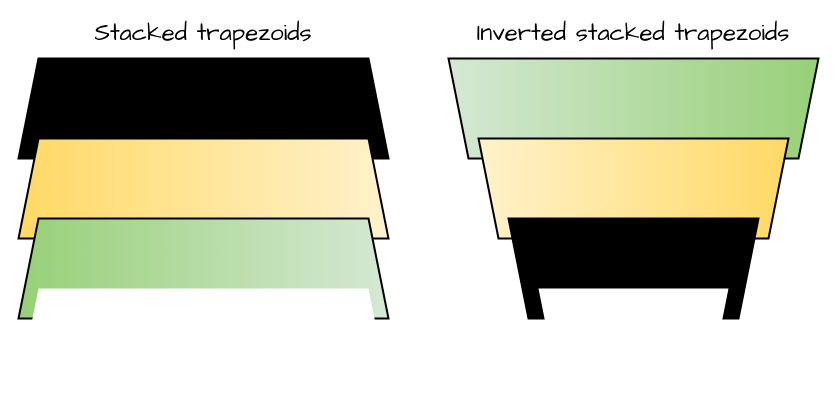
Above: docs/architecture/stackable-trapezoid-demo.drawio in terracoil/modgud (draw.io), before the change. Source tidied: cells renumbered, new cells numbered last; positions are measured from the earlier drawing's top-left corner, leaving out a move shared by most shapes. Both pictures are drawn from the tidied source at 100%, with x=0, y=0 at pixel (18, 18).
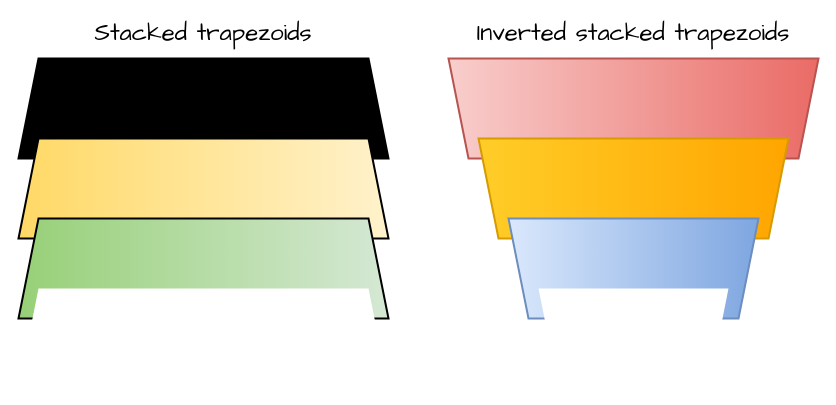
Above is the later version.

Diff of the diagram source:
```diff
@@
 <mxGraphModel>
   <root>
     <mxCell id="0" />
     <mxCell id="1" parent="0" />
     <mxCell id="2" style="shape=trapezoid;perimeter=trapezoidPerimeter;whiteSpace=wrap;html=1;fixedSize=1;rounded=0;shadow=0;glass=0;dashed=0;comic=0;sketchStyle=comic;strokeColor=default;strokeWidth=2;align=left;verticalAlign=top;spacingLeft=4;spacingRight=0;spacingTop=0;spacingBottom=0;spacing=0;arcSize=0;absoluteArcSize=0;shadowOffsetX=7;shadowOffsetY=7;shadowBlur=4;fontFamily=Architects Daughter;fontSize=12;fontColor=default;horizontal=1;fillColor=light-dark(#EE5500,#EE5500);gradientColor=#FF0000;gradientDirection=west;" parent="1" vertex="1">
       <mxGeometry y="40" width="370" height="100" as="geometry" />
     </mxCell>
     <mxCell id="3" style="shape=trapezoid;perimeter=trapezoidPerimeter;whiteSpace=wrap;html=1;fixedSize=1;rounded=0;shadow=0;glass=0;dashed=0;comic=0;sketchStyle=comic;strokeWidth=2;align=left;verticalAlign=top;spacingLeft=4;spacingRight=0;spacingTop=0;spacingBottom=0;spacing=0;arcSize=0;absoluteArcSize=0;shadowOffsetX=7;shadowOffsetY=7;shadowBlur=4;fontFamily=Architects Daughter;fontSize=12;horizontal=1;gradientDirection=west;strokeColor=default;fillColor=#fff2cc;gradientColor=#ffd966;" parent="1" vertex="1">
       <mxGeometry y="120" width="370" height="100" as="geometry" />
     </mxCell>
     <mxCell id="4" style="shape=trapezoid;perimeter=trapezoidPerimeter;whiteSpace=wrap;html=1;fixedSize=1;rounded=0;shadow=0;glass=0;dashed=0;comic=0;sketchStyle=comic;strokeWidth=2;align=left;verticalAlign=top;spacingLeft=4;spacingRight=0;spacingTop=0;spacingBottom=0;spacing=0;arcSize=0;absoluteArcSize=0;shadowOffsetX=7;shadowOffsetY=7;shadowBlur=4;fontFamily=Architects Daughter;fontSize=12;horizontal=1;gradientDirection=west;strokeColor=default;fillColor=#d5e8d4;gradientColor=#97d077;" parent="1" vertex="1">
       <mxGeometry y="200" width="370" height="100" as="geometry" />
     </mxCell>
     <mxCell id="5" style="shape=trapezoid;perimeter=trapezoidPerimeter;whiteSpace=wrap;html=1;fixedSize=1;rounded=0;shadow=0;glass=0;dashed=0;comic=0;sketchStyle=comic;strokeWidth=2;align=left;verticalAlign=top;spacingLeft=4;spacingRight=0;spacingTop=0;spacingBottom=0;spacing=0;arcSize=0;absoluteArcSize=0;shadowOffsetX=7;shadowOffsetY=7;shadowBlur=4;fontFamily=Architects Daughter;fontSize=12;horizontal=1;gradientDirection=west;strokeColor=none;" parent="1" vertex="1">
       <mxGeometry y="270" width="370" height="100" as="geometry" />
     </mxCell>
-    <mxCell id="6" style="shape=trapezoid;perimeter=trapezoidPerimeter;whiteSpace=wrap;html=1;fixedSize=1;rounded=1;shadow=0;glass=0;dashed=0;comic=0;sketchStyle=comic;strokeWidth=2;align=left;verticalAlign=top;spacingLeft=4;spacingRight=0;spacingTop=0;spacingBottom=0;spacing=0;arcSize=0;absoluteArcSize=0;shadowOffsetX=7;shadowOffsetY=7;shadowBlur=4;fontFamily=Architects Daughter;fontSize=12;horizontal=1;gradientDirection=west;strokeColor=default;fillColor=#d5e8d4;gradientColor=#97d077;rotation=-180;" parent="1" vertex="1">
+    <mxCell id="6" style="shape=trapezoid;perimeter=trapezoidPerimeter;whiteSpace=wrap;html=1;fixedSize=1;rounded=0;shadow=0;glass=0;dashed=0;comic=0;sketchStyle=comic;strokeWidth=2;align=left;verticalAlign=top;spacingLeft=4;spacingRight=0;spacingTop=0;spacingBottom=0;spacing=0;arcSize=0;absoluteArcSize=0;shadowOffsetX=7;shadowOffsetY=7;shadowBlur=4;fontFamily=Architects Daughter;fontSize=12;horizontal=1;gradientDirection=west;strokeColor=#b85450;fillColor=#f8cecc;gradientColor=#ea6b66;rotation=-180;" parent="1" vertex="1">
       <mxGeometry x="430" y="40" width="370" height="100" as="geometry" />
     </mxCell>
-    <mxCell id="7" style="shape=trapezoid;perimeter=trapezoidPerimeter;whiteSpace=wrap;html=1;fixedSize=1;rounded=1;shadow=0;glass=0;dashed=0;comic=0;sketchStyle=comic;strokeWidth=2;align=left;verticalAlign=top;spacingLeft=4;spacingRight=0;spacingTop=0;spacingBottom=0;spacing=0;arcSize=0;absoluteArcSize=0;shadowOffsetX=7;shadowOffsetY=7;shadowBlur=4;fontFamily=Architects Daughter;fontSize=12;horizontal=1;gradientDirection=west;strokeColor=default;fillColor=#fff2cc;gradientColor=#ffd966;rotation=-180;" parent="1" vertex="1">
+    <mxCell id="7" style="shape=trapezoid;perimeter=trapezoidPerimeter;whiteSpace=wrap;html=1;fixedSize=1;rounded=1;shadow=0;glass=0;dashed=0;comic=0;sketchStyle=comic;strokeWidth=2;align=left;verticalAlign=top;spacingLeft=4;spacingRight=0;spacingTop=0;spacingBottom=0;spacing=0;arcSize=0;absoluteArcSize=0;shadowOffsetX=7;shadowOffsetY=7;shadowBlur=4;fontFamily=Architects Daughter;fontSize=12;horizontal=1;gradientDirection=west;strokeColor=#d79b00;fillColor=#ffcd28;gradientColor=#ffa500;rotation=-180;" parent="1" vertex="1">
       <mxGeometry x="460" y="120" width="310" height="100" as="geometry" />
     </mxCell>
-    <mxCell id="8" style="shape=trapezoid;perimeter=trapezoidPerimeter;whiteSpace=wrap;html=1;fixedSize=1;rounded=1;shadow=0;glass=0;dashed=0;comic=0;sketchStyle=comic;strokeColor=default;strokeWidth=2;align=left;verticalAlign=top;spacingLeft=4;spacingRight=0;spacingTop=0;spacingBottom=0;spacing=0;arcSize=0;absoluteArcSize=0;shadowOffsetX=7;shadowOffsetY=7;shadowBlur=4;fontFamily=Architects Daughter;fontSize=12;fontColor=default;horizontal=1;fillColor=light-dark(#EE5500,#EE5500);gradientColor=#FF0000;gradientDirection=west;rotation=-180;" parent="1" vertex="1">
+    <mxCell id="8" style="shape=trapezoid;perimeter=trapezoidPerimeter;whiteSpace=wrap;html=1;fixedSize=1;rounded=0;shadow=0;glass=0;dashed=0;comic=0;sketchStyle=comic;strokeColor=#6c8ebf;strokeWidth=2;align=left;verticalAlign=top;spacingLeft=4;spacingRight=0;spacingTop=0;spacingBottom=0;spacing=0;arcSize=0;absoluteArcSize=0;shadowOffsetX=7;shadowOffsetY=7;shadowBlur=4;fontFamily=Architects Daughter;fontSize=12;horizontal=1;fillColor=#dae8fc;gradientColor=#7ea6e0;gradientDirection=west;rotation=-180;" parent="1" vertex="1">
       <mxGeometry x="490" y="200" width="250" height="100" as="geometry" />
     </mxCell>
     <mxCell id="9" style="shape=trapezoid;perimeter=trapezoidPerimeter;whiteSpace=wrap;html=1;fixedSize=1;rounded=1;shadow=0;glass=0;dashed=0;comic=0;sketchStyle=comic;strokeWidth=2;align=left;verticalAlign=top;spacingLeft=4;spacingRight=0;spacingTop=0;spacingBottom=0;spacing=0;arcSize=0;absoluteArcSize=0;shadowOffsetX=7;shadowOffsetY=7;shadowBlur=4;fontFamily=Architects Daughter;fontSize=12;horizontal=1;gradientDirection=west;strokeColor=none;rotation=-180;" parent="1" vertex="1">
       <mxGeometry x="520" y="270" width="190" height="100" as="geometry" />
     </mxCell>
     <mxCell id="10" value="Stacked trapezoids" style="text;html=1;whiteSpace=wrap;strokeColor=none;fillColor=none;align=center;verticalAlign=middle;rounded=0;fontFamily=Architects Daughter;fontSize=24;" parent="1" vertex="1">
       <mxGeometry x="70" width="230" height="30" as="geometry" />
     </mxCell>
     <mxCell id="11" value="Inverted stacked trapezoids" style="text;html=1;whiteSpace=wrap;strokeColor=none;fillColor=none;align=center;verticalAlign=middle;rounded=0;fontFamily=Architects Daughter;fontSize=24;" parent="1" vertex="1">
       <mxGeometry x="455" width="320" height="30" as="geometry" />
     </mxCell>
   </root>
 </mxGraphModel>
```
